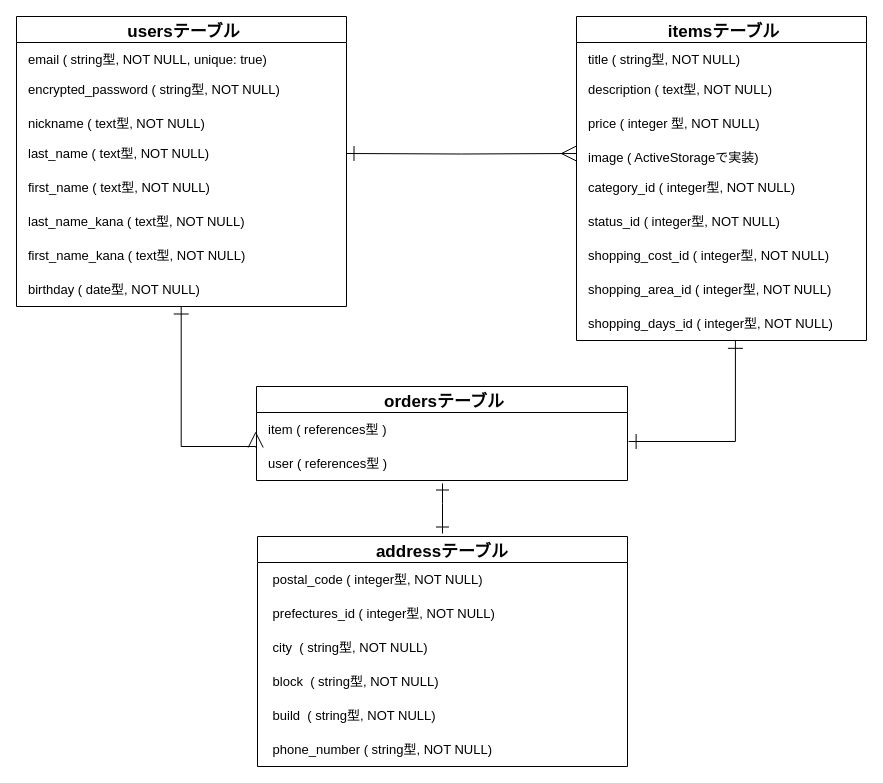
The draw.io diagram app/views/furima.dio in shiorifujimoto/furima-32365, before the edit. Source tidied: cells renumbered, new cells numbered last; positions are measured from the earlier drawing's top-left corner, leaving out a move shared by most shapes. Both pictures are drawn from the tidied source at 100%, with x=0, y=0 at pixel (16, 16).
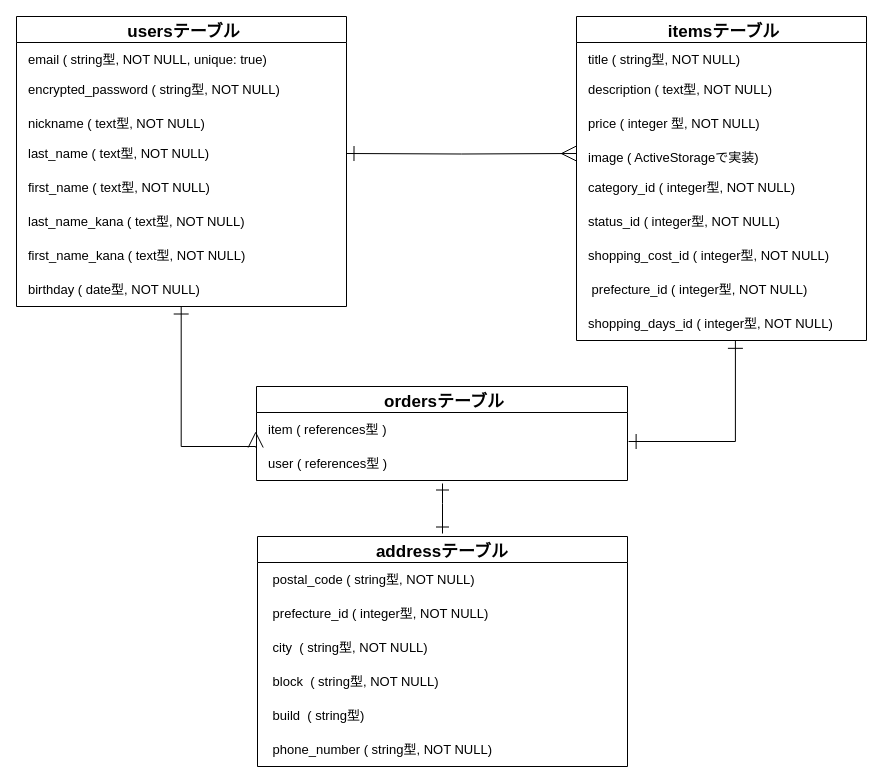
The same diagram, later.

Unchanged cells that the change refers to:
```xml
<mxCell id="2" value="itemsテーブル" style="swimlane;fontStyle=1;horizontal=1;startSize=26;align=center;fontSize=17;spacingRight=2;spacingLeft=7;" parent="1" vertex="1">
  <mxGeometry x="560" width="290" height="324" as="geometry" />
</mxCell>
<mxCell id="28" value="addressテーブル" style="swimlane;fontStyle=1;horizontal=1;startSize=26;align=center;fontSize=17;" parent="1" vertex="1">
  <mxGeometry x="241" y="520" width="370" height="230" as="geometry" />
</mxCell>
```

Diff of the diagram source:
```diff
@@
-    <mxCell id="10" value="shopping_area_id ( integer型, NOT NULL)" style="text;strokeColor=none;fillColor=none;spacingLeft=7;spacingRight=2;overflow=hidden;fontSize=13;spacing=5;" parent="2" vertex="1">
-      <mxGeometry y="256" width="290" height="34" as="geometry" />
-    </mxCell>
+    <mxCell id="35" value=" prefecture_id ( integer型, NOT NULL)" style="text;strokeColor=none;fillColor=none;spacingLeft=7;spacingRight=2;overflow=hidden;fontSize=13;spacing=5;" parent="2" vertex="1">
+      <mxGeometry y="256" width="290" height="34" as="geometry" />
+    </mxCell>
@@
-    <mxCell id="29" value=" postal_code ( integer型, NOT NULL)" style="text;strokeColor=none;fillColor=none;spacingLeft=7;spacingRight=2;overflow=hidden;fontSize=13;spacing=5;" parent="28" vertex="1">
+    <mxCell id="29" value=" postal_code ( string型, NOT NULL)" style="text;strokeColor=none;fillColor=none;spacingLeft=7;spacingRight=2;overflow=hidden;fontSize=13;spacing=5;" parent="28" vertex="1">
       <mxGeometry y="26" width="370" height="34" as="geometry" />
     </mxCell>
-    <mxCell id="30" value=" prefectures_id ( integer型, NOT NULL)" style="text;strokeColor=none;fillColor=none;spacingLeft=7;spacingRight=2;overflow=hidden;fontSize=13;spacing=5;" parent="28" vertex="1">
+    <mxCell id="30" value=" prefecture_id ( integer型, NOT NULL)" style="text;strokeColor=none;fillColor=none;spacingLeft=7;spacingRight=2;overflow=hidden;fontSize=13;spacing=5;" parent="28" vertex="1">
       <mxGeometry y="60" width="370" height="34" as="geometry" />
     </mxCell>
@@
-    <mxCell id="33" value=" build  ( string型, NOT NULL)" style="text;strokeColor=none;fillColor=none;spacingLeft=7;spacingRight=2;overflow=hidden;fontSize=13;spacing=5;" parent="28" vertex="1">
+    <mxCell id="33" value=" build  ( string型)" style="text;strokeColor=none;fillColor=none;spacingLeft=7;spacingRight=2;overflow=hidden;fontSize=13;spacing=5;" parent="28" vertex="1">
       <mxGeometry y="162" width="370" height="34" as="geometry" />
     </mxCell>
```
